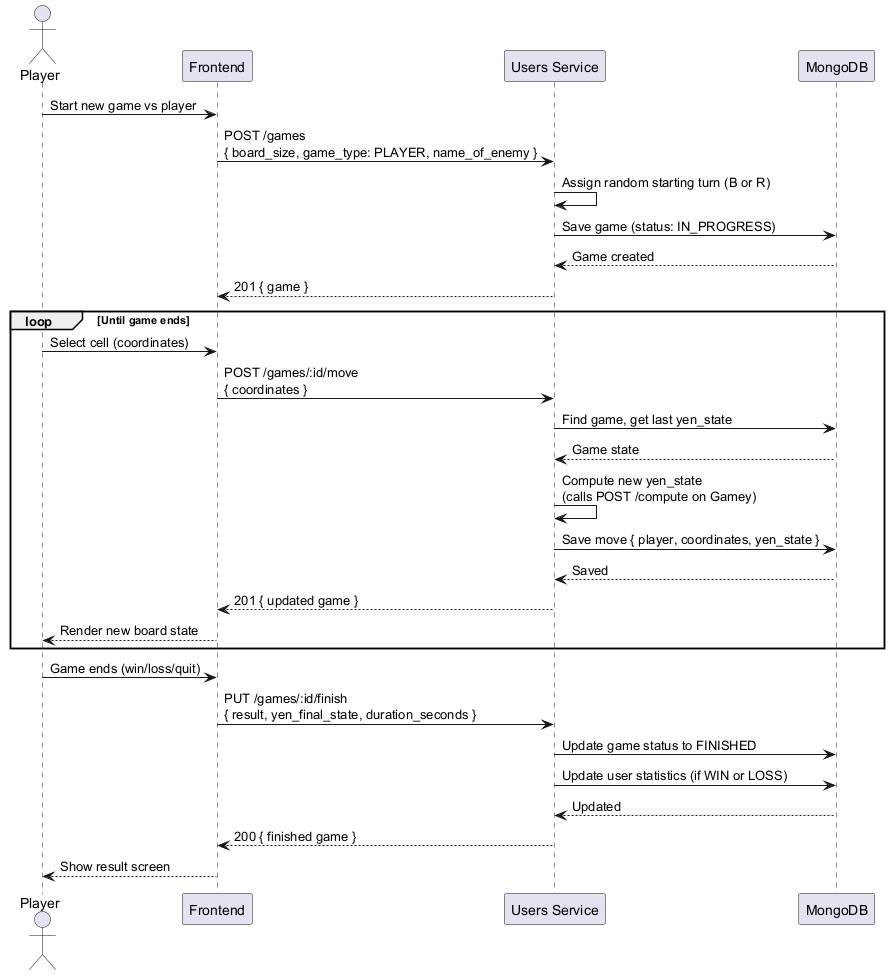
Arquisoft/yovi_en1b keeps this PlantUML diagram as images/pvp-sequence.png. Above is the earlier version.
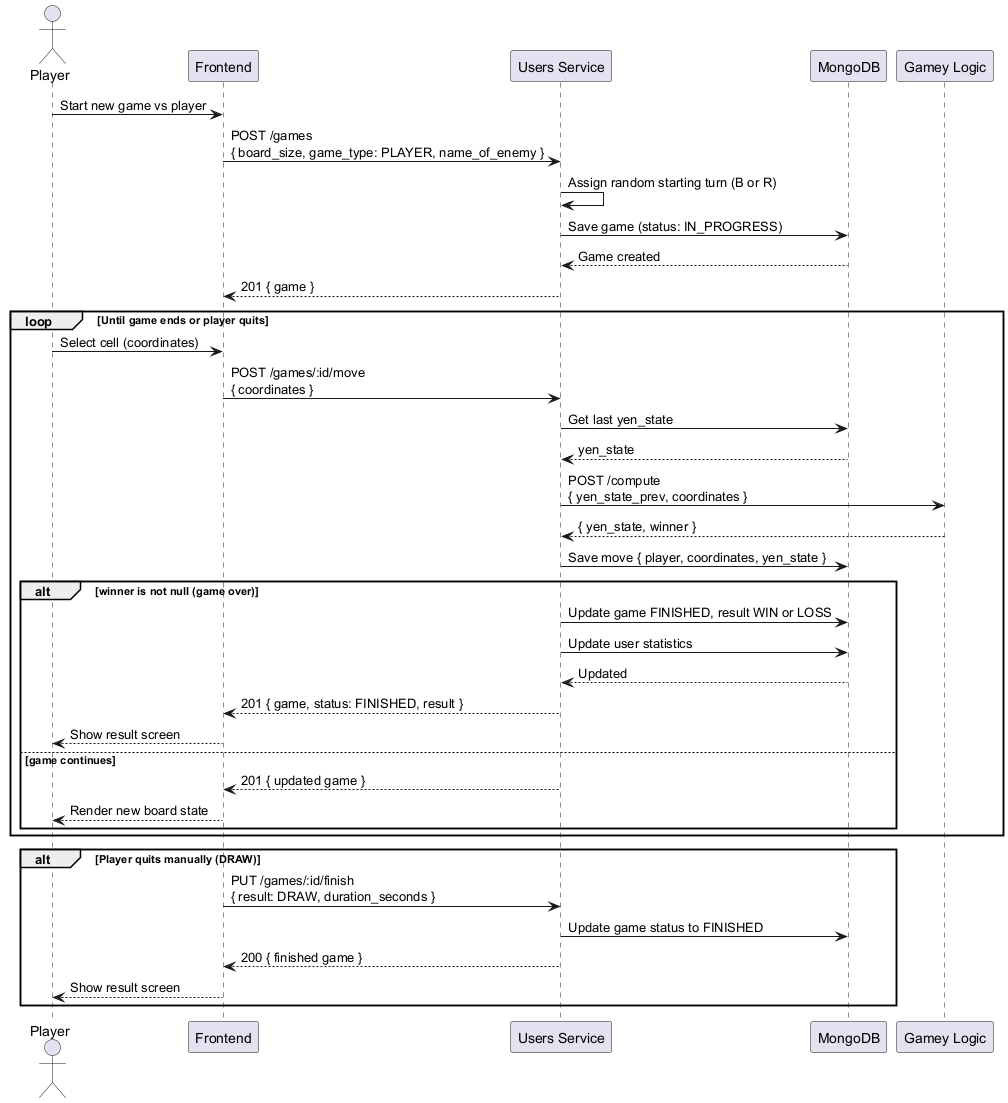
Above is the later version.

The edit, as a diff of the source:
```diff
@@ -3,6 +3,7 @@
 participant "Frontend" as FE
 participant "Users Service" as USERS
 participant "MongoDB" as DB
+participant "Gamey Logic" as GAMEY
 
 Player -> FE: Start new game vs player
 FE -> USERS: POST /games\n{ board_size, game_type: PLAYER, name_of_enemy }
@@ -11,23 +12,31 @@
 DB --> USERS: Game created
 USERS --> FE: 201 { game }
 
-loop Until game ends
+loop Until game ends or player quits
     Player -> FE: Select cell (coordinates)
     FE -> USERS: POST /games/:id/move\n{ coordinates }
-    USERS -> DB: Find game, get last yen_state
-    DB --> USERS: Game state
-    USERS -> USERS: Compute new yen_state\n(calls POST /compute on Gamey)
+    USERS -> DB: Get last yen_state
+    DB --> USERS: yen_state
+    USERS -> GAMEY: POST /compute\n{ yen_state_prev, coordinates }
+    GAMEY --> USERS: { yen_state, winner }
     USERS -> DB: Save move { player, coordinates, yen_state }
-    DB --> USERS: Saved
-    USERS --> FE: 201 { updated game }
-    FE --> Player: Render new board state
+
+    alt winner is not null (game over)
+        USERS -> DB: Update game FINISHED, result WIN or LOSS
+        USERS -> DB: Update user statistics
+        DB --> USERS: Updated
+        USERS --> FE: 201 { game, status: FINISHED, result }
+        FE --> Player: Show result screen
+    else game continues
+        USERS --> FE: 201 { updated game }
+        FE --> Player: Render new board state
+    end
 end
 
-Player -> FE: Game ends (win/loss/quit)
-FE -> USERS: PUT /games/:id/finish\n{ result, yen_final_state, duration_seconds }
-USERS -> DB: Update game status to FINISHED
-USERS -> DB: Update user statistics (if WIN or LOSS)
-DB --> USERS: Updated
-USERS --> FE: 200 { finished game }
-FE --> Player: Show result screen
+alt Player quits manually (DRAW)
+    FE -> USERS: PUT /games/:id/finish\n{ result: DRAW, duration_seconds }
+    USERS -> DB: Update game status to FINISHED
+    USERS --> FE: 200 { finished game }
+    FE --> Player: Show result screen
+end
 @enduml
```
